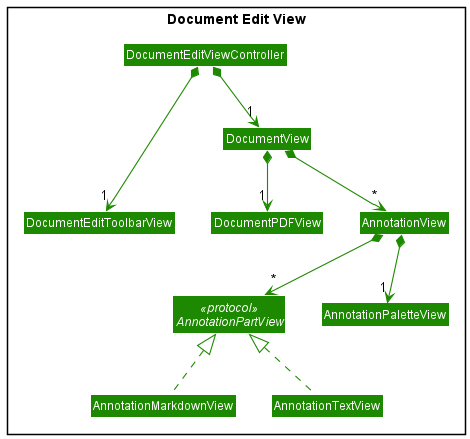
Earlier version of the PlantUML export docs/diagrams/document-edit-view-class-diagram.png (Annotato/annotato).
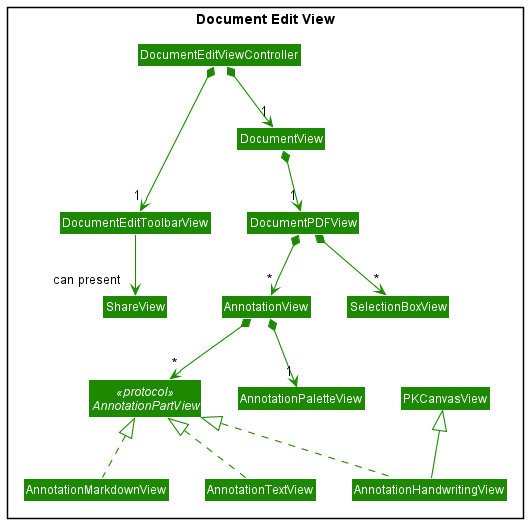
Above is the later version.

Commit message:
Update mini view diagrams

Change to the diagram source:
```diff
@@ -1,5 +1,6 @@
 @startuml
 !include style.puml
+
 skinparam arrowThickness 1.1
 skinparam arrowColor VIEW_COLOR
 skinparam classBackgroundColor VIEW_COLOR
@@ -9,22 +10,30 @@
     Class DocumentEditToolbarView
     Class DocumentView
     Class DocumentPDFView
+    Class ShareView
 
     Class AnnotationView
     Class AnnotationPaletteView
     Interface AnnotationPartView <<protocol>>
     Class AnnotationMarkdownView
     Class AnnotationTextView
+    Class AnnotationHandwritingView
+    Class SelectionBoxView
+    Class PKCanvasView
 }
 
 DocumentEditViewController *-down--> "1" DocumentEditToolbarView
 DocumentEditViewController *-down-> "1" DocumentView
+DocumentEditToolbarView -down-> "can present" ShareView
 DocumentView *-down-> "1" DocumentPDFView
-DocumentView *-down-> "*" AnnotationView
+DocumentPDFView *-down-> "*" AnnotationView
+DocumentPDFView *-down-> "*" SelectionBoxView
 
 AnnotationView *-down-> "1" AnnotationPaletteView
 AnnotationView *-down-> "*" AnnotationPartView
 AnnotationMarkdownView .up.|>  AnnotationPartView
 AnnotationTextView .up.|> AnnotationPartView
+AnnotationHandwritingView .up.|> AnnotationPartView
+AnnotationHandwritingView -up-|> PKCanvasView
 
 @enduml
```
